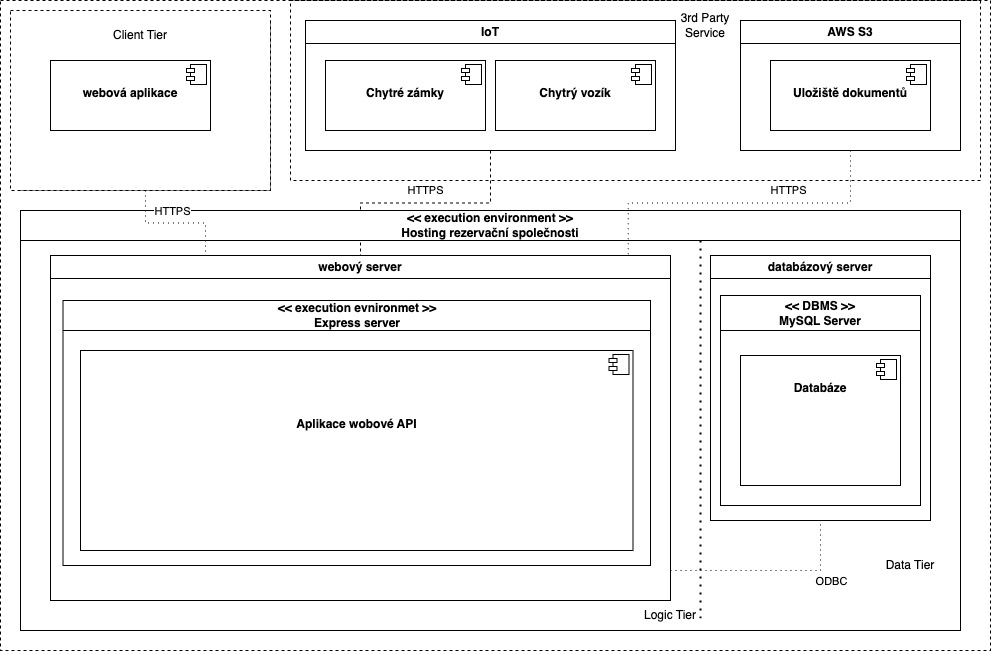
The draw.io diagram documents/architectures/MMTA/assets/deployment_diagram_MMTA.png in strbavaclav/4IT575-SP, before a commit. Source tidied: cells renumbered, new cells last; positions are measured from the earlier drawing's top-left corner, leaving out a move shared by most shapes. Its diagram source:
```xml
<mxGraphModel>
  <root>
    <mxCell id="0" />
    <mxCell id="1" parent="0" />
    <mxCell id="2" style="rounded=0;whiteSpace=wrap;html=1;dashed=1;" parent="1" vertex="1">
      <mxGeometry width="990" height="650" as="geometry" />
    </mxCell>
    <mxCell id="3" value="AWS S3" style="swimlane;whiteSpace=wrap;html=1;" parent="1" vertex="1">
      <mxGeometry x="740" y="20" width="220" height="130" as="geometry" />
    </mxCell>
    <mxCell id="4" value="&lt;p style=&quot;margin:0px;margin-top:6px;text-align:center;&quot;&gt;&lt;b&gt;&lt;br&gt;&lt;/b&gt;&lt;/p&gt;&lt;p style=&quot;margin:0px;margin-top:6px;text-align:center;&quot;&gt;&lt;b&gt;Uložiště dokumentů&lt;/b&gt;&lt;/p&gt;" style="align=left;overflow=fill;html=1;whiteSpace=wrap;" parent="3" vertex="1">
      <mxGeometry x="30" y="40" width="160" height="70" as="geometry" />
    </mxCell>
    <mxCell id="5" style="shape=component;jettyWidth=8;jettyHeight=4;" parent="4" vertex="1">
      <mxGeometry x="1" width="20" height="20" relative="1" as="geometry">
        <mxPoint x="-24" y="4" as="offset" />
      </mxGeometry>
    </mxCell>
    <mxCell id="6" style="edgeStyle=orthogonalEdgeStyle;rounded=0;jettySize=auto;html=1;exitX=0.5;exitY=1;exitDx=0;exitDy=0;endArrow=none;endFill=0;dashed=1;entryX=0.5;entryY=0;entryDx=0;entryDy=0;" parent="1" edge="1" source="8" target="21">
      <mxGeometry relative="1" as="geometry" />
    </mxCell>
    <mxCell id="7" value="HTTPS" style="edgeLabel;html=1;align=center;verticalAlign=middle;" parent="6" vertex="1">
      <mxGeometry y="-2" relative="1" as="geometry">
        <mxPoint y="-11" as="offset" />
      </mxGeometry>
    </mxCell>
    <mxCell id="8" value="IoT" style="swimlane;whiteSpace=wrap;html=1;" parent="1" vertex="1">
      <mxGeometry x="305" y="20" width="370" height="130" as="geometry" />
    </mxCell>
    <mxCell id="9" value="&lt;p style=&quot;margin:0px;margin-top:6px;text-align:center;&quot;&gt;&lt;b&gt;&lt;br&gt;&lt;/b&gt;&lt;/p&gt;&lt;p style=&quot;margin:0px;margin-top:6px;text-align:center;&quot;&gt;&lt;b&gt;Chytré zámky&lt;/b&gt;&lt;/p&gt;" style="align=left;overflow=fill;html=1;whiteSpace=wrap;" parent="8" vertex="1">
      <mxGeometry x="20" y="40" width="160" height="70" as="geometry" />
    </mxCell>
    <mxCell id="10" style="shape=component;jettyWidth=8;jettyHeight=4;" parent="9" vertex="1">
      <mxGeometry x="1" width="20" height="20" relative="1" as="geometry">
        <mxPoint x="-24" y="4" as="offset" />
      </mxGeometry>
    </mxCell>
    <mxCell id="11" value="&lt;p style=&quot;margin:0px;margin-top:6px;text-align:center;&quot;&gt;&lt;br&gt;&lt;/p&gt;&lt;p style=&quot;margin:0px;margin-top:6px;text-align:center;&quot;&gt;&lt;b&gt;Chytrý vozík&lt;/b&gt;&lt;/p&gt;" style="align=left;overflow=fill;html=1;whiteSpace=wrap;" parent="8" vertex="1">
      <mxGeometry x="190" y="40" width="160" height="70" as="geometry" />
    </mxCell>
    <mxCell id="12" style="shape=component;jettyWidth=8;jettyHeight=4;" parent="11" vertex="1">
      <mxGeometry x="1" width="20" height="20" relative="1" as="geometry">
        <mxPoint x="-24" y="4" as="offset" />
      </mxGeometry>
    </mxCell>
    <mxCell id="13" value="Zařízení uživatele" style="swimlane;whiteSpace=wrap;html=1;" parent="1" vertex="1">
      <mxGeometry x="20" y="20" width="250" height="170" as="geometry" />
    </mxCell>
    <mxCell id="14" style="rounded=0;whiteSpace=wrap;html=1;dashed=1;" parent="13" vertex="1">
      <mxGeometry x="-10" y="-10" width="260" height="180" as="geometry" />
    </mxCell>
    <mxCell id="15" value="&lt;p style=&quot;margin:0px;margin-top:6px;text-align:center;&quot;&gt;&lt;br&gt;&lt;/p&gt;&lt;p style=&quot;margin:0px;margin-top:6px;text-align:center;&quot;&gt;&lt;b&gt;webová aplikace&lt;/b&gt;&lt;/p&gt;" style="align=left;overflow=fill;html=1;whiteSpace=wrap;" parent="13" vertex="1">
      <mxGeometry x="30" y="40" width="160" height="70" as="geometry" />
    </mxCell>
    <mxCell id="16" style="shape=component;jettyWidth=8;jettyHeight=4;" parent="15" vertex="1">
      <mxGeometry x="1" width="20" height="20" relative="1" as="geometry">
        <mxPoint x="-24" y="4" as="offset" />
      </mxGeometry>
    </mxCell>
    <mxCell id="17" value="Client Tier" style="text;html=1;strokeColor=none;fillColor=none;align=center;verticalAlign=middle;whiteSpace=wrap;rounded=0;" parent="13" vertex="1">
      <mxGeometry x="90" width="60" height="30" as="geometry" />
    </mxCell>
    <mxCell id="18" value="&amp;lt;&amp;lt; execution environment &amp;gt;&amp;gt;&lt;br&gt;Hosting rezervační společnosti" style="swimlane;whiteSpace=wrap;html=1;startSize=30;" parent="1" vertex="1">
      <mxGeometry x="20" y="210" width="940" height="420" as="geometry" />
    </mxCell>
    <mxCell id="19" style="edgeStyle=orthogonalEdgeStyle;rounded=0;jettySize=auto;html=1;exitX=1;exitY=1;exitDx=0;exitDy=0;entryX=0.5;entryY=1;entryDx=0;entryDy=0;endArrow=none;endFill=0;dashed=1;dashPattern=1 4;" parent="18" edge="1" source="21" target="25">
      <mxGeometry relative="1" as="geometry">
        <Array as="points">
          <mxPoint x="650" y="360" />
          <mxPoint x="800" y="360" />
        </Array>
      </mxGeometry>
    </mxCell>
    <mxCell id="20" value="ODBC" style="edgeLabel;html=1;align=center;verticalAlign=middle;" parent="19" vertex="1">
      <mxGeometry x="0.53" y="1" relative="1" as="geometry">
        <mxPoint x="14" y="11" as="offset" />
      </mxGeometry>
    </mxCell>
    <mxCell id="21" value="webový server" style="swimlane;whiteSpace=wrap;html=1;" parent="18" vertex="1">
      <mxGeometry x="30" y="45" width="620" height="345" as="geometry" />
    </mxCell>
    <mxCell id="22" value="&amp;lt;&amp;lt; execution evnironmet &amp;gt;&amp;gt;&lt;br&gt;Express server" style="swimlane;whiteSpace=wrap;html=1;startSize=30;" parent="21" vertex="1">
      <mxGeometry x="12.5" y="45" width="587.5" height="265" as="geometry" />
    </mxCell>
    <mxCell id="23" value="&lt;p style=&quot;margin:0px;margin-top:6px;text-align:center;&quot;&gt;&lt;b&gt;&lt;br&gt;&lt;/b&gt;&lt;/p&gt;&lt;p style=&quot;margin:0px;margin-top:6px;text-align:center;&quot;&gt;&lt;b&gt;&lt;br&gt;&lt;/b&gt;&lt;/p&gt;&lt;p style=&quot;margin:0px;margin-top:6px;text-align:center;&quot;&gt;&lt;b&gt;&lt;br&gt;&lt;/b&gt;&lt;/p&gt;&lt;p style=&quot;margin:0px;margin-top:6px;text-align:center;&quot;&gt;&lt;b&gt;Aplikace wobové API&lt;/b&gt;&lt;/p&gt;" style="align=left;overflow=fill;html=1;whiteSpace=wrap;" parent="22" vertex="1">
      <mxGeometry x="17.5" y="50" width="552.5" height="200" as="geometry" />
    </mxCell>
    <mxCell id="24" style="shape=component;jettyWidth=8;jettyHeight=4;" parent="23" vertex="1">
      <mxGeometry x="1" width="20" height="20" relative="1" as="geometry">
        <mxPoint x="-24" y="4" as="offset" />
      </mxGeometry>
    </mxCell>
    <mxCell id="25" value="databázový server" style="swimlane;whiteSpace=wrap;html=1;" parent="18" vertex="1">
      <mxGeometry x="690" y="45" width="220" height="265" as="geometry" />
    </mxCell>
    <mxCell id="26" value="&amp;lt;&amp;lt; DBMS &amp;gt;&amp;gt;&lt;br&gt;MySQL Server" style="swimlane;whiteSpace=wrap;html=1;startSize=35;" parent="25" vertex="1">
      <mxGeometry x="10" y="40" width="200" height="210" as="geometry" />
    </mxCell>
    <mxCell id="27" value="&lt;p style=&quot;margin:0px;margin-top:6px;text-align:center;&quot;&gt;&lt;b&gt;&lt;br&gt;&lt;/b&gt;&lt;/p&gt;&lt;p style=&quot;margin:0px;margin-top:6px;text-align:center;&quot;&gt;&lt;b&gt;Databáze&lt;/b&gt;&lt;/p&gt;" style="align=left;overflow=fill;html=1;whiteSpace=wrap;" parent="26" vertex="1">
      <mxGeometry x="20" y="60" width="160" height="130" as="geometry" />
    </mxCell>
    <mxCell id="28" style="shape=component;jettyWidth=8;jettyHeight=4;" parent="27" vertex="1">
      <mxGeometry x="1" width="20" height="20" relative="1" as="geometry">
        <mxPoint x="-24" y="4" as="offset" />
      </mxGeometry>
    </mxCell>
    <mxCell id="29" value="Logic Tier" style="text;html=1;strokeColor=none;fillColor=none;align=center;verticalAlign=middle;whiteSpace=wrap;rounded=0;" parent="18" vertex="1">
      <mxGeometry x="620" y="390" width="60" height="30" as="geometry" />
    </mxCell>
    <mxCell id="30" style="edgeStyle=orthogonalEdgeStyle;rounded=0;jettySize=auto;html=1;exitX=0.5;exitY=1;exitDx=0;exitDy=0;entryX=0.932;entryY=0.003;entryDx=0;entryDy=0;entryPerimeter=0;endArrow=none;endFill=0;dashed=1;dashPattern=1 4;" parent="1" edge="1" source="3" target="21">
      <mxGeometry relative="1" as="geometry" />
    </mxCell>
    <mxCell id="31" value="HTTPS" style="edgeLabel;html=1;align=center;verticalAlign=middle;" parent="30" vertex="1">
      <mxGeometry x="-0.3" y="-3" relative="1" as="geometry">
        <mxPoint y="-10" as="offset" />
      </mxGeometry>
    </mxCell>
    <mxCell id="32" style="endArrow=none;dashed=1;html=1;dashPattern=1 3;strokeWidth=2;rounded=0;" parent="1" edge="1">
      <mxGeometry relative="1" as="geometry">
        <mxPoint x="700" y="240" as="sourcePoint" />
        <mxPoint x="700" y="620" as="targetPoint" />
      </mxGeometry>
    </mxCell>
    <mxCell id="33" value="Data Tier" style="text;html=1;strokeColor=none;fillColor=none;align=center;verticalAlign=middle;whiteSpace=wrap;rounded=0;" parent="1" vertex="1">
      <mxGeometry x="880" y="550" width="60" height="30" as="geometry" />
    </mxCell>
    <mxCell id="34" style="edgeStyle=orthogonalEdgeStyle;rounded=0;jettySize=auto;html=1;exitX=0.5;exitY=1;exitDx=0;exitDy=0;entryX=0.25;entryY=0;entryDx=0;entryDy=0;endArrow=none;endFill=0;dashed=1;dashPattern=1 4;" parent="1" edge="1" source="13" target="21">
      <mxGeometry relative="1" as="geometry" />
    </mxCell>
    <mxCell id="35" value="HTTPS" style="edgeLabel;html=1;align=center;verticalAlign=middle;" parent="34" vertex="1">
      <mxGeometry x="-0.05" y="1" relative="1" as="geometry">
        <mxPoint y="-11" as="offset" />
      </mxGeometry>
    </mxCell>
    <mxCell id="36" style="rounded=0;whiteSpace=wrap;html=1;fillColor=none;dashed=1;" parent="1" vertex="1">
      <mxGeometry x="290" width="690" height="180" as="geometry" />
    </mxCell>
    <mxCell id="37" value="3rd Party Service" style="text;html=1;strokeColor=none;fillColor=none;align=center;verticalAlign=middle;whiteSpace=wrap;rounded=0;" parent="1" vertex="1">
      <mxGeometry x="675" y="10" width="60" height="30" as="geometry" />
    </mxCell>
  </root>
</mxGraphModel>
```
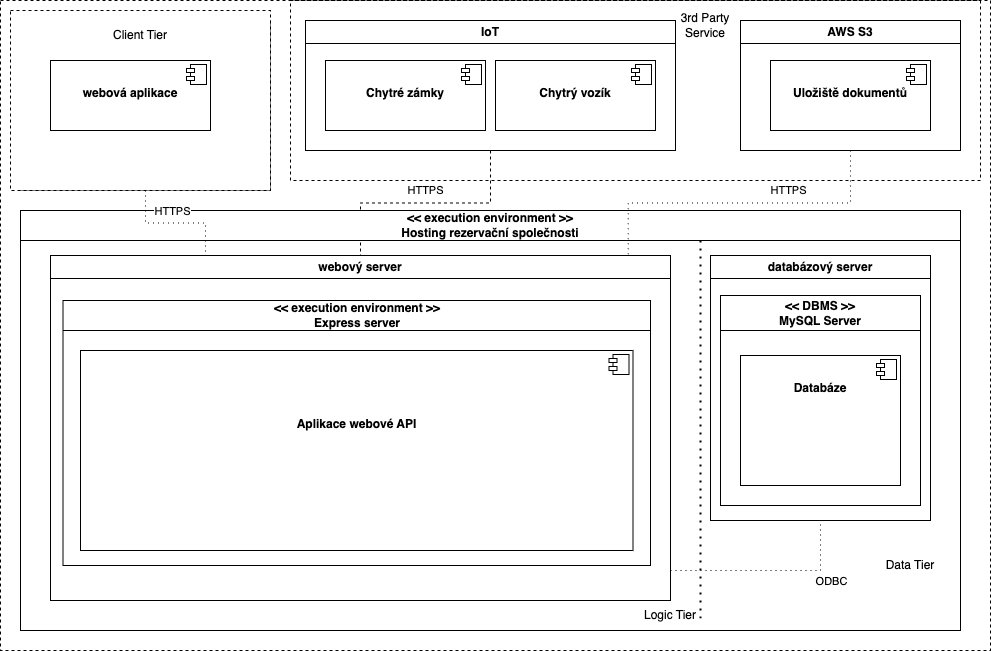
The same file after the commit.

What changed in the source:
```diff
@@ -79,10 +79,10 @@
     <mxCell id="21" value="webový server" style="swimlane;whiteSpace=wrap;html=1;" parent="18" vertex="1">
       <mxGeometry x="30" y="45" width="620" height="345" as="geometry" />
     </mxCell>
-    <mxCell id="22" value="&amp;lt;&amp;lt; execution evnironmet &amp;gt;&amp;gt;&lt;br&gt;Express server" style="swimlane;whiteSpace=wrap;html=1;startSize=30;" parent="21" vertex="1">
+    <mxCell id="22" value="&amp;lt;&amp;lt; execution environment &amp;gt;&amp;gt;&lt;br&gt;Express server" style="swimlane;whiteSpace=wrap;html=1;startSize=30;" parent="21" vertex="1">
       <mxGeometry x="12.5" y="45" width="587.5" height="265" as="geometry" />
     </mxCell>
-    <mxCell id="23" value="&lt;p style=&quot;margin:0px;margin-top:6px;text-align:center;&quot;&gt;&lt;b&gt;&lt;br&gt;&lt;/b&gt;&lt;/p&gt;&lt;p style=&quot;margin:0px;margin-top:6px;text-align:center;&quot;&gt;&lt;b&gt;&lt;br&gt;&lt;/b&gt;&lt;/p&gt;&lt;p style=&quot;margin:0px;margin-top:6px;text-align:center;&quot;&gt;&lt;b&gt;&lt;br&gt;&lt;/b&gt;&lt;/p&gt;&lt;p style=&quot;margin:0px;margin-top:6px;text-align:center;&quot;&gt;&lt;b&gt;Aplikace wobové API&lt;/b&gt;&lt;/p&gt;" style="align=left;overflow=fill;html=1;whiteSpace=wrap;" parent="22" vertex="1">
+    <mxCell id="23" value="&lt;p style=&quot;margin:0px;margin-top:6px;text-align:center;&quot;&gt;&lt;b&gt;&lt;br&gt;&lt;/b&gt;&lt;/p&gt;&lt;p style=&quot;margin:0px;margin-top:6px;text-align:center;&quot;&gt;&lt;b&gt;&lt;br&gt;&lt;/b&gt;&lt;/p&gt;&lt;p style=&quot;margin:0px;margin-top:6px;text-align:center;&quot;&gt;&lt;b&gt;&lt;br&gt;&lt;/b&gt;&lt;/p&gt;&lt;p style=&quot;margin:0px;margin-top:6px;text-align:center;&quot;&gt;&lt;b&gt;Aplikace webové API&lt;/b&gt;&lt;/p&gt;" style="align=left;overflow=fill;html=1;whiteSpace=wrap;" parent="22" vertex="1">
       <mxGeometry x="17.5" y="50" width="552.5" height="200" as="geometry" />
     </mxCell>
     <mxCell id="24" style="shape=component;jettyWidth=8;jettyHeight=4;" parent="23" vertex="1">
```
